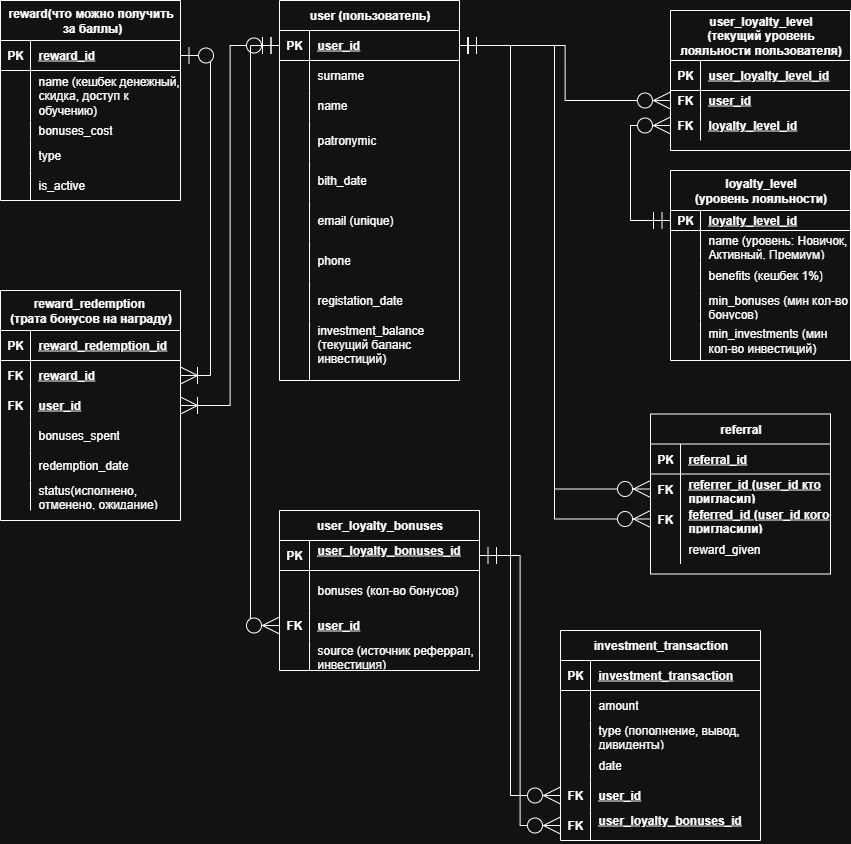
Before: Images/ER.drawio.png, a diagram exported from draw.io (404-veronika/testsystemanalitic). Source tidied: cells renumbered, new cells last; positions are measured from the earlier drawing's top-left corner, leaving out a move shared by most shapes.
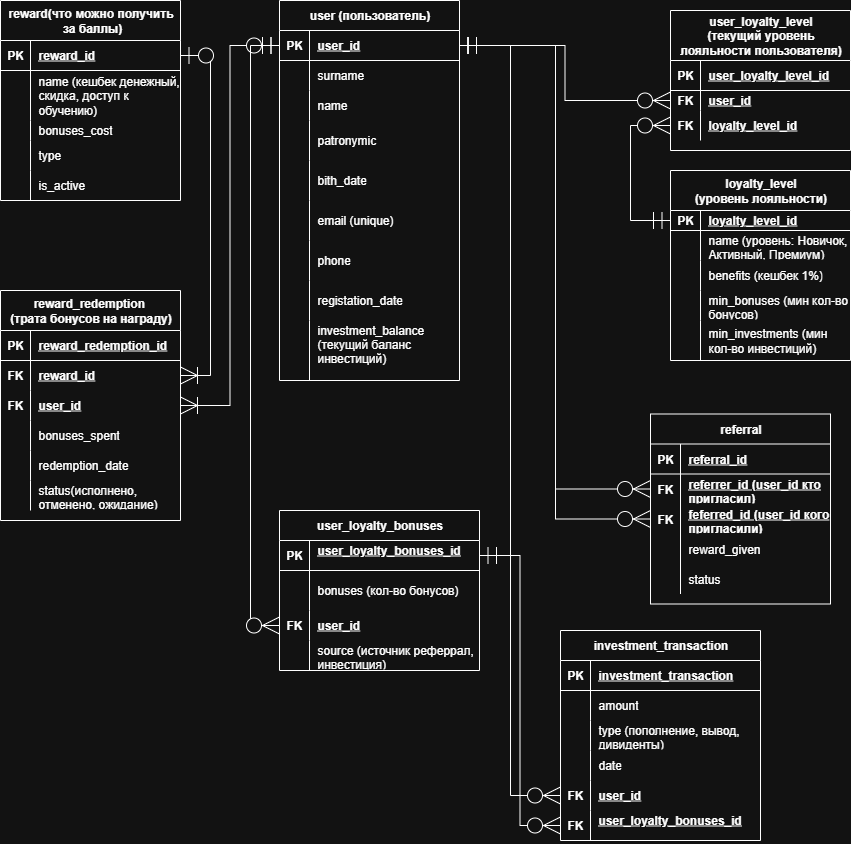
Later version of the same file.

Diff of the diagram source:
```diff
@@ -135,7 +135,7 @@
       <mxGeometry x="30" width="150" height="40" as="geometry" />
     </mxCell>
     <mxCell id="46" value="referral" style="shape=table;startSize=30;rowLines=0;fontStyle=1;align=center;html=1;" parent="1" vertex="1">
-      <mxGeometry x="650" y="413.5" width="180" height="160" as="geometry" />
+      <mxGeometry x="650" y="413.5" width="180" height="190" as="geometry" />
     </mxCell>
     <mxCell id="47" style="shape=tableRow;horizontal=0;startSize=0;swimlaneHead=0;swimlaneBody=0;fillColor=none;top=0;left=0;right=0;bottom=1;" parent="46" vertex="1">
       <mxGeometry y="30" width="180" height="30" as="geometry" />
@@ -173,6 +173,15 @@
     <mxCell id="58" value="reward_given" style="shape=partialRectangle;fillColor=none;top=0;left=0;bottom=0;right=0;align=left;spacingLeft=6;overflow=hidden;whiteSpace=wrap;html=1;" parent="56" vertex="1">
       <mxGeometry x="30" width="150" height="30" as="geometry" />
     </mxCell>
+    <mxCell id="145" style="shape=tableRow;horizontal=0;startSize=0;swimlaneHead=0;swimlaneBody=0;fillColor=none;top=0;left=0;right=0;bottom=0;" parent="46" vertex="1">
+      <mxGeometry y="150" width="180" height="30" as="geometry" />
+    </mxCell>
+    <mxCell id="146" style="shape=partialRectangle;fillColor=none;top=0;left=0;bottom=0;right=0;overflow=hidden;whiteSpace=wrap;html=1;" parent="145" vertex="1">
+      <mxGeometry width="30" height="30" as="geometry" />
+    </mxCell>
+    <mxCell id="147" value="status" style="shape=partialRectangle;fillColor=none;top=0;left=0;bottom=0;right=0;align=left;spacingLeft=6;overflow=hidden;whiteSpace=wrap;html=1;" parent="145" vertex="1">
+      <mxGeometry x="30" width="150" height="30" as="geometry" />
+    </mxCell>
     <mxCell id="59" value="user_loyalty_bonuses" style="shape=table;startSize=30;rowLines=0;fontStyle=1;align=center;html=1;" parent="1" vertex="1">
       <mxGeometry x="279" y="510" width="200" height="160" as="geometry" />
     </mxCell>
```
